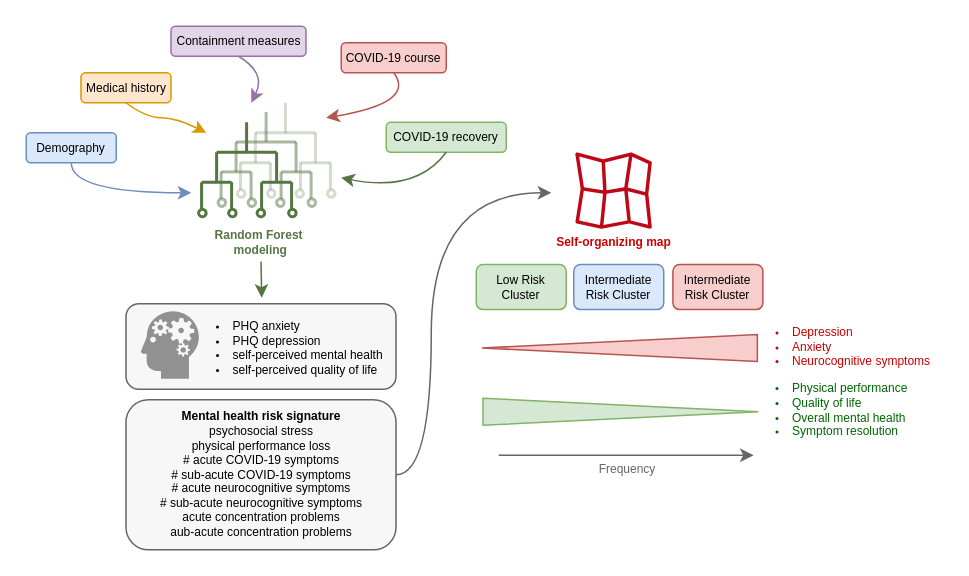
This is result summary/result_summary.drawio from PiotrTymoszuk/mental-health-after-COVID-19, a draw.io file, before an edit. Source tidied: cells renumbered, new cells numbered last; positions are measured from the earlier drawing's top-left corner, leaving out a move shared by most shapes. Both pictures are drawn from the tidied source at 150%, with x=0, y=0 at pixel (26, 26).
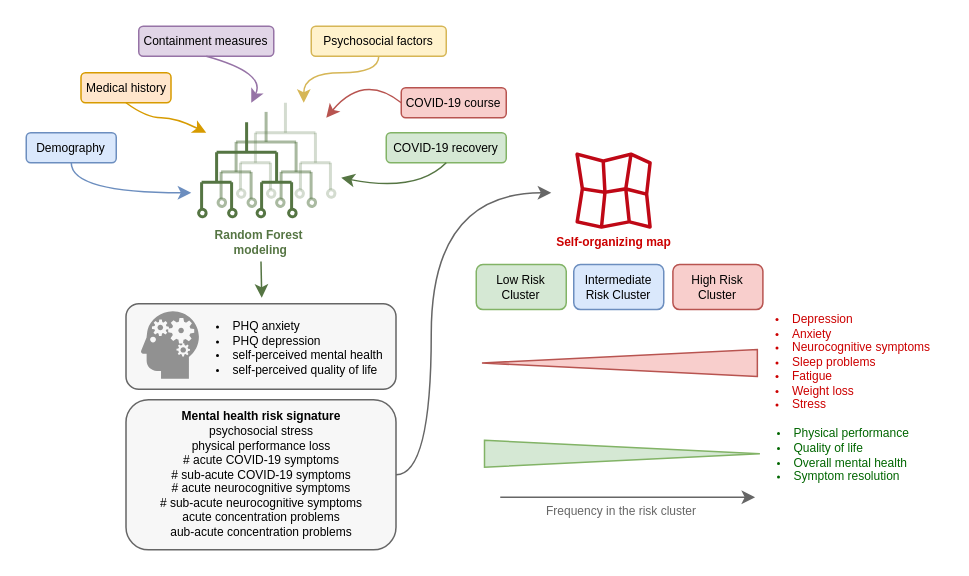
The same page after the edit.

The change refers to these unchanged cells:
```xml
<mxCell id="68" style="group;" parent="1" vertex="1">
  <mxGeometry x="300" y="158.9" width="191.1" height="30" as="geometry" />
</mxCell>
```

What changed in the source:
```diff
@@
     <mxCell id="4" value="COVID-19 course" style="rounded=1;whiteSpace=wrap;html=1;fontSize=8;fillColor=#f8cecc;strokeColor=#b85450;" parent="1" vertex="1">
-      <mxGeometry x="210" y="11" width="70" height="20" as="geometry" />
+      <mxGeometry x="250" y="41" width="70" height="20" as="geometry" />
     </mxCell>
     <mxCell id="5" value="COVID-19 recovery" style="rounded=1;whiteSpace=wrap;html=1;fontSize=8;fillColor=#d5e8d4;strokeColor=#82b366;" parent="1" vertex="1">
-      <mxGeometry x="240" y="64" width="80" height="20" as="geometry" />
+      <mxGeometry x="240" y="71" width="80" height="20" as="geometry" />
     </mxCell>
@@
-    <mxCell id="7" style="endArrow=none;html=1;rounded=0;fontSize=8;fontColor=#000000;strokeColor=#b85450;curved=1;entryX=0.5;entryY=1;entryDx=0;entryDy=0;fillColor=#f8cecc;endFill=0;startArrow=classic;startFill=1;" parent="1" edge="1" target="4">
+    <mxCell id="7" style="endArrow=none;html=1;rounded=0;fontSize=8;fontColor=#000000;strokeColor=#b85450;curved=1;entryX=0;entryY=0.5;entryDx=0;entryDy=0;fillColor=#f8cecc;endFill=0;startArrow=classic;startFill=1;" parent="1" edge="1" target="4">
       <mxGeometry relative="1" as="geometry">
         <mxPoint x="200" y="61" as="sourcePoint" />
         <Array as="points">
-          <mxPoint x="260" y="51" />
+          <mxPoint x="225" y="31" />
         </Array>
       </mxGeometry>
     </mxCell>
@@
     <mxCell id="18" value="Containment measures" style="rounded=1;whiteSpace=wrap;html=1;fontSize=8;fillColor=#e1d5e7;strokeColor=#9673a6;" parent="1" vertex="1">
-      <mxGeometry x="96.5" width="90" height="20" as="geometry" />
+      <mxGeometry x="75" width="90" height="20" as="geometry" />
     </mxCell>
@@
-    <mxCell id="71" value="Intermediate Risk Cluster" style="rounded=1;whiteSpace=wrap;html=1;shadow=0;sketch=0;fontSize=8;strokeColor=#b85450;strokeWidth=1;fillColor=#f8cecc;" parent="68" vertex="1">
+    <mxCell id="71" value="High Risk Cluster" style="rounded=1;whiteSpace=wrap;html=1;shadow=0;sketch=0;fontSize=8;strokeColor=#b85450;strokeWidth=1;fillColor=#f8cecc;" parent="68" vertex="1">
       <mxGeometry x="131.1" width="60" height="30" as="geometry" />
     </mxCell>
     <mxCell id="72" style="triangle;whiteSpace=wrap;html=1;shadow=0;sketch=0;fontSize=8;strokeColor=#b85450;strokeWidth=1;fillColor=#f8cecc;rotation=180;" parent="1" vertex="1">
-      <mxGeometry x="303.8" y="205.5" width="183.6" height="18" as="geometry" />
+      <mxGeometry x="303.8" y="215.5" width="183.6" height="18" as="geometry" />
     </mxCell>
-    <mxCell id="73" value="&lt;ul&gt;&lt;li&gt;&lt;font&gt;Depression&lt;/font&gt;&lt;/li&gt;&lt;li&gt;&lt;font&gt;Anxiety&lt;/font&gt;&lt;/li&gt;&lt;li&gt;&lt;font&gt;Neurocognitive symptoms&lt;/font&gt;&lt;/li&gt;&lt;/ul&gt;" style="text;html=1;strokeColor=none;fillColor=none;align=left;verticalAlign=middle;whiteSpace=wrap;rounded=0;shadow=0;sketch=0;fontSize=8;fontColor=#CC0000;" parent="1" vertex="1">
-      <mxGeometry x="469" y="181" width="141.1" height="66" as="geometry" />
+    <mxCell id="73" value="&lt;ul&gt;&lt;li&gt;&lt;font&gt;Depression&lt;/font&gt;&lt;/li&gt;&lt;li&gt;&lt;font&gt;Anxiety&lt;/font&gt;&lt;/li&gt;&lt;li&gt;&lt;font&gt;Neurocognitive symptoms&lt;/font&gt;&lt;/li&gt;&lt;li&gt;Sleep problems&lt;/li&gt;&lt;li&gt;Fatigue&lt;/li&gt;&lt;li&gt;Weight loss&lt;/li&gt;&lt;li&gt;Stress&lt;/li&gt;&lt;/ul&gt;" style="text;html=1;strokeColor=none;fillColor=none;align=left;verticalAlign=middle;whiteSpace=wrap;rounded=0;shadow=0;sketch=0;fontSize=8;fontColor=#CC0000;" parent="1" vertex="1">
+      <mxGeometry x="469" y="191" width="141.1" height="66" as="geometry" />
     </mxCell>
     <mxCell id="74" style="triangle;whiteSpace=wrap;html=1;shadow=0;sketch=0;fontSize=8;strokeColor=#82b366;strokeWidth=1;fillColor=#d5e8d4;rotation=0;" parent="1" vertex="1">
-      <mxGeometry x="304.5" y="248" width="183.6" height="18" as="geometry" />
+      <mxGeometry x="305.5" y="276" width="183.6" height="18" as="geometry" />
     </mxCell>
     <mxCell id="75" value="&lt;ul&gt;&lt;li&gt;Physical performance&lt;/li&gt;&lt;li&gt;Quality of life&lt;/li&gt;&lt;li&gt;Overall mental health&lt;/li&gt;&lt;li&gt;Symptom resolution&lt;/li&gt;&lt;/ul&gt;" style="text;html=1;strokeColor=none;fillColor=none;align=left;verticalAlign=middle;whiteSpace=wrap;rounded=0;shadow=0;sketch=0;fontSize=8;fontColor=#006600;" parent="1" vertex="1">
-      <mxGeometry x="469" y="223" width="141.1" height="66" as="geometry" />
+      <mxGeometry x="470" y="253" width="141.1" height="66" as="geometry" />
     </mxCell>
     <mxCell id="76" style="endArrow=classic;html=1;rounded=0;shadow=0;comic=0;fontSize=8;fontColor=#CC0000;strokeColor=#666666;strokeWidth=1;curved=1;jumpStyle=sharp;entryX=0.113;entryY=1.03;entryDx=0;entryDy=0;entryPerimeter=0;" parent="1" edge="1">
       <mxGeometry relative="1" as="geometry">
-        <mxPoint x="315" y="286" as="sourcePoint" />
-        <mxPoint x="484.9" y="286" as="targetPoint" />
+        <mxPoint x="316" y="314" as="sourcePoint" />
+        <mxPoint x="485.9" y="314" as="targetPoint" />
       </mxGeometry>
     </mxCell>
-    <mxCell id="77" value="Frequency" style="text;html=1;strokeColor=none;fillColor=none;align=center;verticalAlign=middle;whiteSpace=wrap;rounded=0;shadow=0;sketch=0;fontSize=8;fontColor=#666666;" parent="1" vertex="1">
-      <mxGeometry x="371.3" y="280" width="60" height="30" as="geometry" />
+    <mxCell id="77" value="Frequency in the risk cluster" style="text;html=1;strokeColor=none;fillColor=none;align=center;verticalAlign=middle;whiteSpace=wrap;rounded=0;shadow=0;sketch=0;fontSize=8;fontColor=#666666;" parent="1" vertex="1">
+      <mxGeometry x="340.3" y="308" width="113.7" height="30" as="geometry" />
     </mxCell>
+    <mxCell id="78" style="edgeStyle=orthogonalEdgeStyle;curved=1;rounded=0;jettySize=auto;html=1;fillColor=#fff2cc;strokeColor=#d6b656;exitX=0.5;exitY=1;exitDx=0;exitDy=0;" parent="1" edge="1" source="79">
+      <mxGeometry relative="1" as="geometry">
+        <mxPoint x="185" y="51" as="targetPoint" />
+        <Array as="points">
+          <mxPoint x="235" y="31" />
+          <mxPoint x="185" y="31" />
+        </Array>
+      </mxGeometry>
+    </mxCell>
+    <mxCell id="79" value="Psychosocial factors" style="rounded=1;whiteSpace=wrap;html=1;fontSize=8;fillColor=#fff2cc;strokeColor=#d6b656;" parent="1" vertex="1">
+      <mxGeometry x="190" width="90" height="20" as="geometry" />
+    </mxCell>
```
